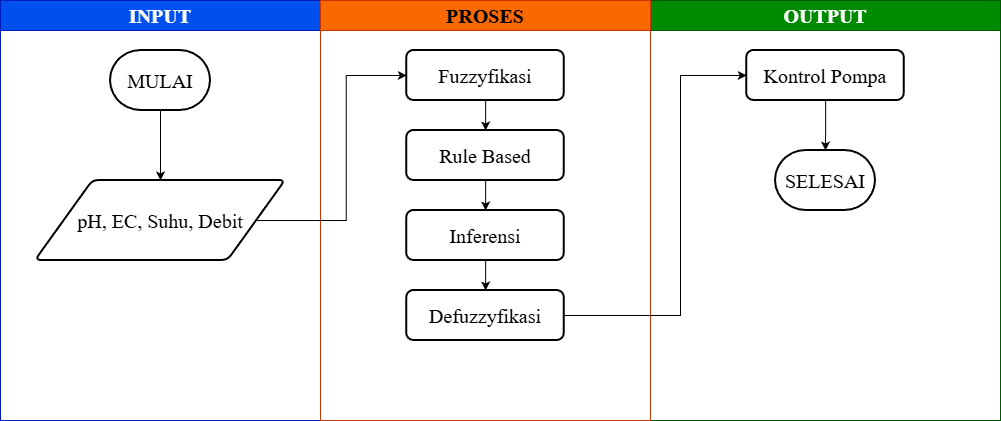
The draw.io diagram Assets/Flowchart Software Sistem.png in hanifazhar77/Project-Skripsi, before a commit. Source tidied: cells renumbered, new cells last; positions are measured from the earlier drawing's top-left corner, leaving out a move shared by most shapes. Source of this version:
```xml
<mxGraphModel>
  <root>
    <mxCell id="0" />
    <mxCell id="1" parent="0" />
    <mxCell id="2" value="&lt;font face=&quot;Times New Roman&quot; style=&quot;font-size: 20px;&quot;&gt;INPUT&lt;/font&gt;" style="swimlane;whiteSpace=wrap;html=1;startSize=30;fillColor=#0050ef;fontColor=#ffffff;strokeColor=#001DBC;" parent="1" vertex="1">
      <mxGeometry width="320" height="420" as="geometry" />
    </mxCell>
    <mxCell id="3" value="&lt;font face=&quot;Times New Roman&quot; style=&quot;font-size: 20px;&quot;&gt;MULAI&lt;/font&gt;" style="strokeWidth=2;html=1;shape=mxgraph.flowchart.terminator;whiteSpace=wrap;" parent="2" vertex="1">
      <mxGeometry x="110" y="50" width="100" height="60" as="geometry" />
    </mxCell>
    <mxCell id="4" value="&lt;font face=&quot;Times New Roman&quot; style=&quot;font-size: 20px;&quot;&gt;pH, EC, Suhu, Debit&lt;/font&gt;" style="shape=parallelogram;html=1;strokeWidth=2;perimeter=parallelogramPerimeter;whiteSpace=wrap;rounded=1;arcSize=12;size=0.23;" parent="2" vertex="1">
      <mxGeometry x="35" y="180" width="250" height="80" as="geometry" />
    </mxCell>
    <mxCell id="5" style="edgeStyle=orthogonalEdgeStyle;rounded=0;jettySize=auto;html=1;entryX=0.5;entryY=0;entryDx=0;entryDy=0;" parent="2" edge="1" source="3" target="4">
      <mxGeometry relative="1" as="geometry" />
    </mxCell>
    <mxCell id="6" value="&lt;font face=&quot;Times New Roman&quot; style=&quot;font-size: 20px;&quot;&gt;OUTPUT&lt;/font&gt;" style="swimlane;whiteSpace=wrap;html=1;startSize=30;fillColor=#008a00;fontColor=#ffffff;strokeColor=#005700;" parent="1" vertex="1">
      <mxGeometry x="650" width="350" height="420" as="geometry" />
    </mxCell>
    <mxCell id="7" style="edgeStyle=orthogonalEdgeStyle;rounded=0;jettySize=auto;html=1;" parent="6" edge="1" source="8" target="9">
      <mxGeometry relative="1" as="geometry" />
    </mxCell>
    <mxCell id="8" value="&lt;font face=&quot;Times New Roman&quot;&gt;&lt;span style=&quot;font-size: 20px;&quot;&gt;Kontrol Pompa&lt;/span&gt;&lt;/font&gt;" style="rounded=1;whiteSpace=wrap;html=1;absoluteArcSize=1;arcSize=14;strokeWidth=2;" parent="6" vertex="1">
      <mxGeometry x="96.2" y="50" width="157.5" height="50" as="geometry" />
    </mxCell>
    <mxCell id="9" value="&lt;font face=&quot;Times New Roman&quot;&gt;&lt;span style=&quot;font-size: 20px;&quot;&gt;SELESAI&lt;/span&gt;&lt;/font&gt;" style="strokeWidth=2;html=1;shape=mxgraph.flowchart.terminator;whiteSpace=wrap;" parent="6" vertex="1">
      <mxGeometry x="125" y="150" width="100" height="60" as="geometry" />
    </mxCell>
    <mxCell id="10" value="&lt;font face=&quot;Times New Roman&quot; style=&quot;font-size: 20px;&quot;&gt;PROSES&lt;/font&gt;" style="swimlane;whiteSpace=wrap;html=1;startSize=30;fillColor=#fa6800;strokeColor=#C73500;fontColor=#000000;" parent="1" vertex="1">
      <mxGeometry x="320" width="330" height="420" as="geometry" />
    </mxCell>
    <mxCell id="11" style="edgeStyle=orthogonalEdgeStyle;rounded=0;jettySize=auto;html=1;" parent="10" edge="1" source="12" target="14">
      <mxGeometry relative="1" as="geometry" />
    </mxCell>
    <mxCell id="12" value="&lt;font face=&quot;Times New Roman&quot; style=&quot;font-size: 20px;&quot;&gt;Fuzzyfikasi&lt;/font&gt;" style="rounded=1;whiteSpace=wrap;html=1;absoluteArcSize=1;arcSize=14;strokeWidth=2;" parent="10" vertex="1">
      <mxGeometry x="86.2" y="50" width="157.5" height="50" as="geometry" />
    </mxCell>
    <mxCell id="13" style="edgeStyle=orthogonalEdgeStyle;rounded=0;jettySize=auto;html=1;" parent="10" edge="1" source="14" target="16">
      <mxGeometry relative="1" as="geometry" />
    </mxCell>
    <mxCell id="14" value="&lt;font face=&quot;Times New Roman&quot;&gt;&lt;span style=&quot;font-size: 20px;&quot;&gt;Rule Based&lt;/span&gt;&lt;/font&gt;" style="rounded=1;whiteSpace=wrap;html=1;absoluteArcSize=1;arcSize=14;strokeWidth=2;" parent="10" vertex="1">
      <mxGeometry x="86.2" y="130" width="157.5" height="50" as="geometry" />
    </mxCell>
    <mxCell id="15" style="edgeStyle=orthogonalEdgeStyle;rounded=0;jettySize=auto;html=1;" parent="10" edge="1" source="16" target="17">
      <mxGeometry relative="1" as="geometry" />
    </mxCell>
    <mxCell id="16" value="&lt;font face=&quot;Times New Roman&quot;&gt;&lt;span style=&quot;font-size: 20px;&quot;&gt;Inferensi&lt;/span&gt;&lt;/font&gt;" style="rounded=1;whiteSpace=wrap;html=1;absoluteArcSize=1;arcSize=14;strokeWidth=2;" parent="10" vertex="1">
      <mxGeometry x="86.2" y="210" width="157.5" height="50" as="geometry" />
    </mxCell>
    <mxCell id="17" value="&lt;font face=&quot;Times New Roman&quot;&gt;&lt;span style=&quot;font-size: 20px;&quot;&gt;Defuzzyfikasi&lt;/span&gt;&lt;/font&gt;" style="rounded=1;whiteSpace=wrap;html=1;absoluteArcSize=1;arcSize=14;strokeWidth=2;" parent="10" vertex="1">
      <mxGeometry x="86.2" y="290" width="157.5" height="50" as="geometry" />
    </mxCell>
    <mxCell id="18" style="edgeStyle=orthogonalEdgeStyle;rounded=0;jettySize=auto;html=1;entryX=0;entryY=0.5;entryDx=0;entryDy=0;" parent="1" edge="1" source="4" target="12">
      <mxGeometry relative="1" as="geometry" />
    </mxCell>
    <mxCell id="19" style="edgeStyle=orthogonalEdgeStyle;rounded=0;jettySize=auto;html=1;entryX=0;entryY=0.5;entryDx=0;entryDy=0;" parent="1" edge="1" source="17" target="8">
      <mxGeometry relative="1" as="geometry">
        <Array as="points">
          <mxPoint x="680" y="315" />
          <mxPoint x="680" y="75" />
        </Array>
      </mxGeometry>
    </mxCell>
  </root>
</mxGraphModel>
```
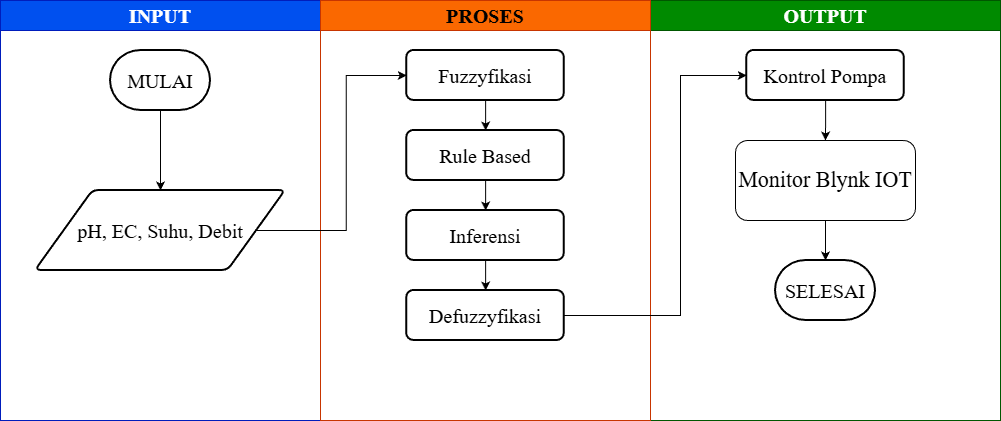
After the change.

What changed in the source:
```diff
@@ -5,27 +5,33 @@
     <mxCell id="2" value="&lt;font face=&quot;Times New Roman&quot; style=&quot;font-size: 20px;&quot;&gt;INPUT&lt;/font&gt;" style="swimlane;whiteSpace=wrap;html=1;startSize=30;fillColor=#0050ef;fontColor=#ffffff;strokeColor=#001DBC;" parent="1" vertex="1">
       <mxGeometry width="320" height="420" as="geometry" />
     </mxCell>
+    <mxCell id="5" style="edgeStyle=orthogonalEdgeStyle;rounded=0;jettySize=auto;html=1;entryX=0.5;entryY=0;entryDx=0;entryDy=0;" parent="2" edge="1" source="3" target="4">
+      <mxGeometry relative="1" as="geometry" />
+    </mxCell>
     <mxCell id="3" value="&lt;font face=&quot;Times New Roman&quot; style=&quot;font-size: 20px;&quot;&gt;MULAI&lt;/font&gt;" style="strokeWidth=2;html=1;shape=mxgraph.flowchart.terminator;whiteSpace=wrap;" parent="2" vertex="1">
       <mxGeometry x="110" y="50" width="100" height="60" as="geometry" />
     </mxCell>
     <mxCell id="4" value="&lt;font face=&quot;Times New Roman&quot; style=&quot;font-size: 20px;&quot;&gt;pH, EC, Suhu, Debit&lt;/font&gt;" style="shape=parallelogram;html=1;strokeWidth=2;perimeter=parallelogramPerimeter;whiteSpace=wrap;rounded=1;arcSize=12;size=0.23;" parent="2" vertex="1">
-      <mxGeometry x="35" y="180" width="250" height="80" as="geometry" />
+      <mxGeometry x="35" y="190" width="250" height="80" as="geometry" />
     </mxCell>
-    <mxCell id="5" style="edgeStyle=orthogonalEdgeStyle;rounded=0;jettySize=auto;html=1;entryX=0.5;entryY=0;entryDx=0;entryDy=0;" parent="2" edge="1" source="3" target="4">
-      <mxGeometry relative="1" as="geometry" />
-    </mxCell>
     <mxCell id="6" value="&lt;font face=&quot;Times New Roman&quot; style=&quot;font-size: 20px;&quot;&gt;OUTPUT&lt;/font&gt;" style="swimlane;whiteSpace=wrap;html=1;startSize=30;fillColor=#008a00;fontColor=#ffffff;strokeColor=#005700;" parent="1" vertex="1">
       <mxGeometry x="650" width="350" height="420" as="geometry" />
     </mxCell>
-    <mxCell id="7" style="edgeStyle=orthogonalEdgeStyle;rounded=0;jettySize=auto;html=1;" parent="6" edge="1" source="8" target="9">
-      <mxGeometry relative="1" as="geometry" />
-    </mxCell>
+    <mxCell id="20" style="edgeStyle=orthogonalEdgeStyle;rounded=0;jettySize=auto;html=1;" parent="6" edge="1" source="8" target="22">
+      <mxGeometry relative="1" as="geometry" />
+    </mxCell>
     <mxCell id="8" value="&lt;font face=&quot;Times New Roman&quot;&gt;&lt;span style=&quot;font-size: 20px;&quot;&gt;Kontrol Pompa&lt;/span&gt;&lt;/font&gt;" style="rounded=1;whiteSpace=wrap;html=1;absoluteArcSize=1;arcSize=14;strokeWidth=2;" parent="6" vertex="1">
       <mxGeometry x="96.2" y="50" width="157.5" height="50" as="geometry" />
     </mxCell>
     <mxCell id="9" value="&lt;font face=&quot;Times New Roman&quot;&gt;&lt;span style=&quot;font-size: 20px;&quot;&gt;SELESAI&lt;/span&gt;&lt;/font&gt;" style="strokeWidth=2;html=1;shape=mxgraph.flowchart.terminator;whiteSpace=wrap;" parent="6" vertex="1">
-      <mxGeometry x="125" y="150" width="100" height="60" as="geometry" />
+      <mxGeometry x="125" y="260" width="100" height="60" as="geometry" />
     </mxCell>
+    <mxCell id="21" style="edgeStyle=orthogonalEdgeStyle;rounded=0;jettySize=auto;html=1;" parent="6" edge="1" source="22" target="9">
+      <mxGeometry relative="1" as="geometry" />
+    </mxCell>
+    <mxCell id="22" value="&lt;font face=&quot;Times New Roman&quot;&gt;&lt;span style=&quot;font-size: 22px;&quot;&gt;Monitor Blynk IOT&lt;/span&gt;&lt;/font&gt;" style="rounded=1;whiteSpace=wrap;html=1;" parent="6" vertex="1">
+      <mxGeometry x="85" y="140" width="180" height="80" as="geometry" />
+    </mxCell>
     <mxCell id="10" value="&lt;font face=&quot;Times New Roman&quot; style=&quot;font-size: 20px;&quot;&gt;PROSES&lt;/font&gt;" style="swimlane;whiteSpace=wrap;html=1;startSize=30;fillColor=#fa6800;strokeColor=#C73500;fontColor=#000000;" parent="1" vertex="1">
       <mxGeometry x="320" width="330" height="420" as="geometry" />
     </mxCell>
```
